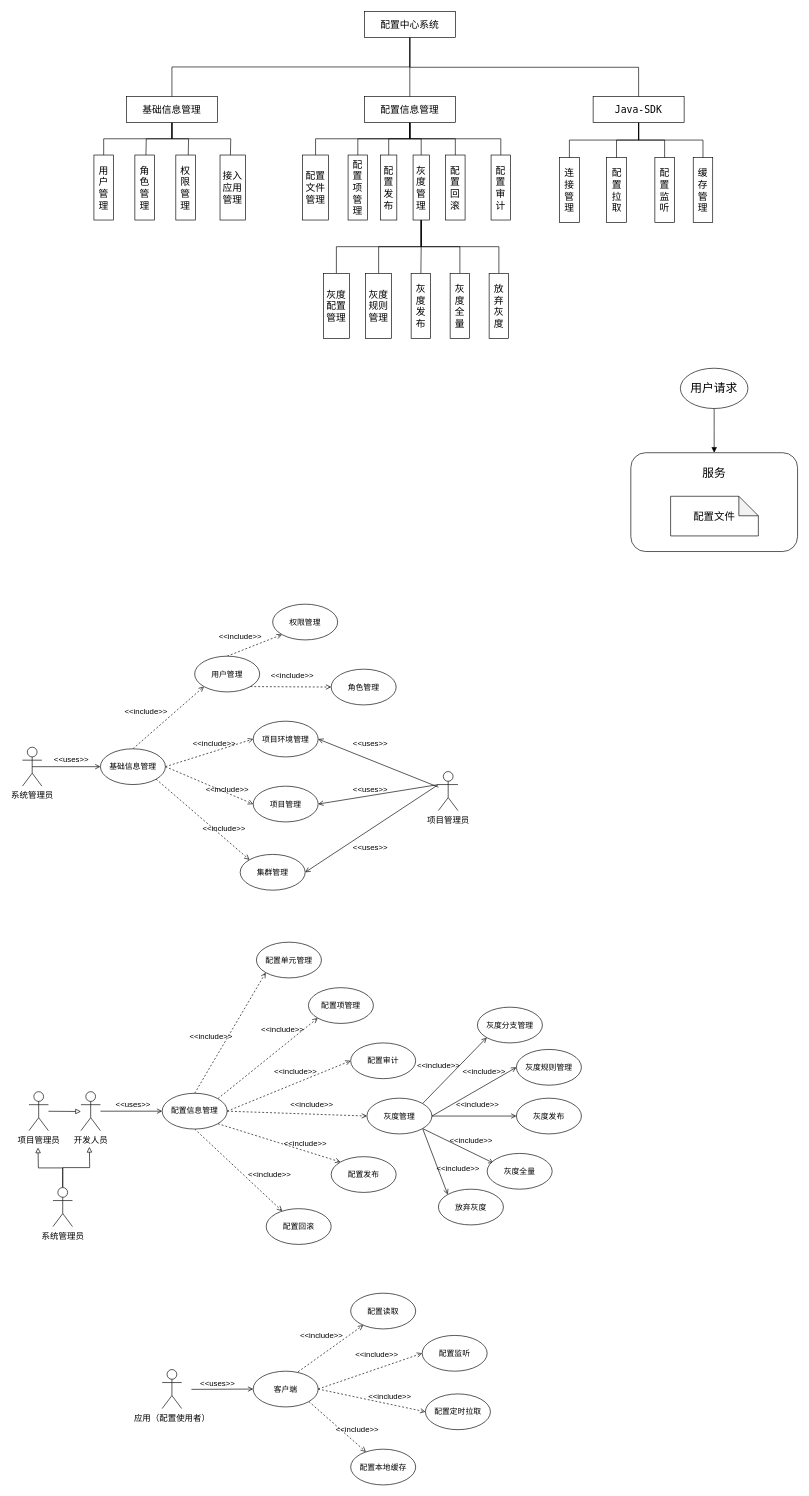
Above: page "用例图" (10 of 13) of Untitled Diagram.drawio in WWj5921/ConfigCenter (draw.io), before the change. Source tidied: cells renumbered, new cells numbered last; positions are measured from the earlier drawing's top-left corner, leaving out a move shared by most shapes. Both pictures are drawn from the tidied source at 65%, with x=0, y=0 at pixel (22, 11).
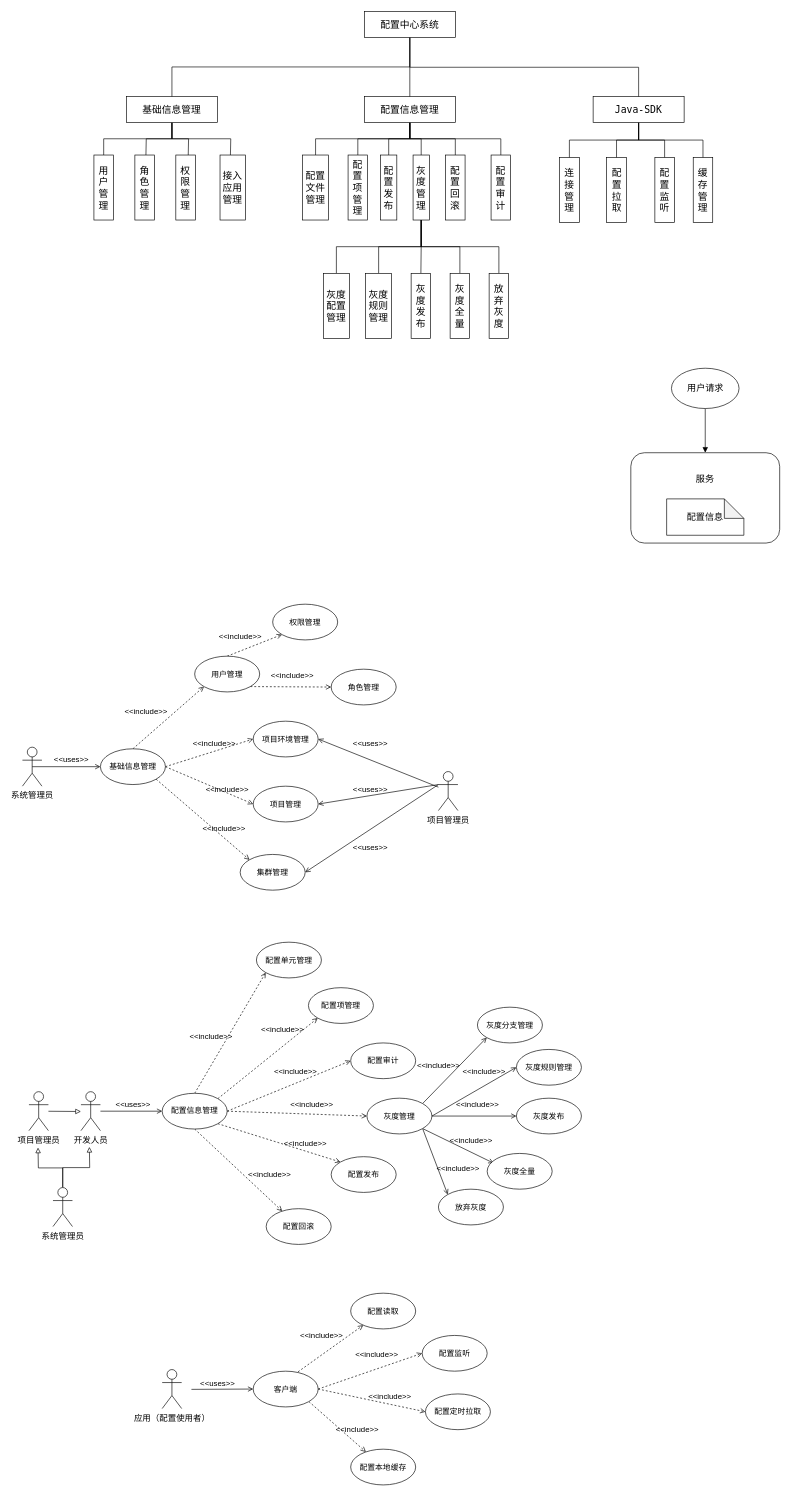
The same diagram, later.

Diff of the diagram source:
```diff
@@
-    <mxCell id="135" value="用户请求" style="ellipse;whiteSpace=wrap;html=1;fontSize=18;" parent="1" vertex="1">
-      <mxGeometry x="1012.2" y="549" width="104" height="62" as="geometry" />
+    <mxCell id="135" value="用户请求" style="ellipse;whiteSpace=wrap;html=1;fontSize=14;" parent="1" vertex="1">
+      <mxGeometry x="998.5" y="549" width="104" height="62" as="geometry" />
     </mxCell>
     <mxCell id="136" style="rounded=1;whiteSpace=wrap;html=1;fontSize=16;" parent="1" vertex="1">
-      <mxGeometry x="936" y="679" width="256.5" height="152" as="geometry" />
+      <mxGeometry x="936" y="679" width="229" height="139" as="geometry" />
     </mxCell>
-    <mxCell id="137" value="服务" style="text;html=1;strokeColor=none;fillColor=none;align=center;verticalAlign=middle;whiteSpace=wrap;rounded=0;fontSize=18;" parent="1" vertex="1">
-      <mxGeometry x="995.8" y="689" width="137" height="43" as="geometry" />
+    <mxCell id="137" value="服务" style="text;html=1;strokeColor=none;fillColor=none;align=center;verticalAlign=middle;whiteSpace=wrap;rounded=0;fontSize=14;" parent="1" vertex="1">
+      <mxGeometry x="982" y="697" width="137" height="43" as="geometry" />
     </mxCell>
-    <mxCell id="138" value="配置文件" style="shape=note;whiteSpace=wrap;html=1;backgroundOutline=1;darkOpacity=0.05;fontSize=16;" parent="1" vertex="1">
-      <mxGeometry x="997.2" y="746" width="135" height="61" as="geometry" />
+    <mxCell id="138" value="配置信息" style="shape=note;whiteSpace=wrap;html=1;backgroundOutline=1;darkOpacity=0.05;fontSize=14;" parent="1" vertex="1">
+      <mxGeometry x="991.1" y="750" width="118.8" height="56" as="geometry" />
     </mxCell>
```
